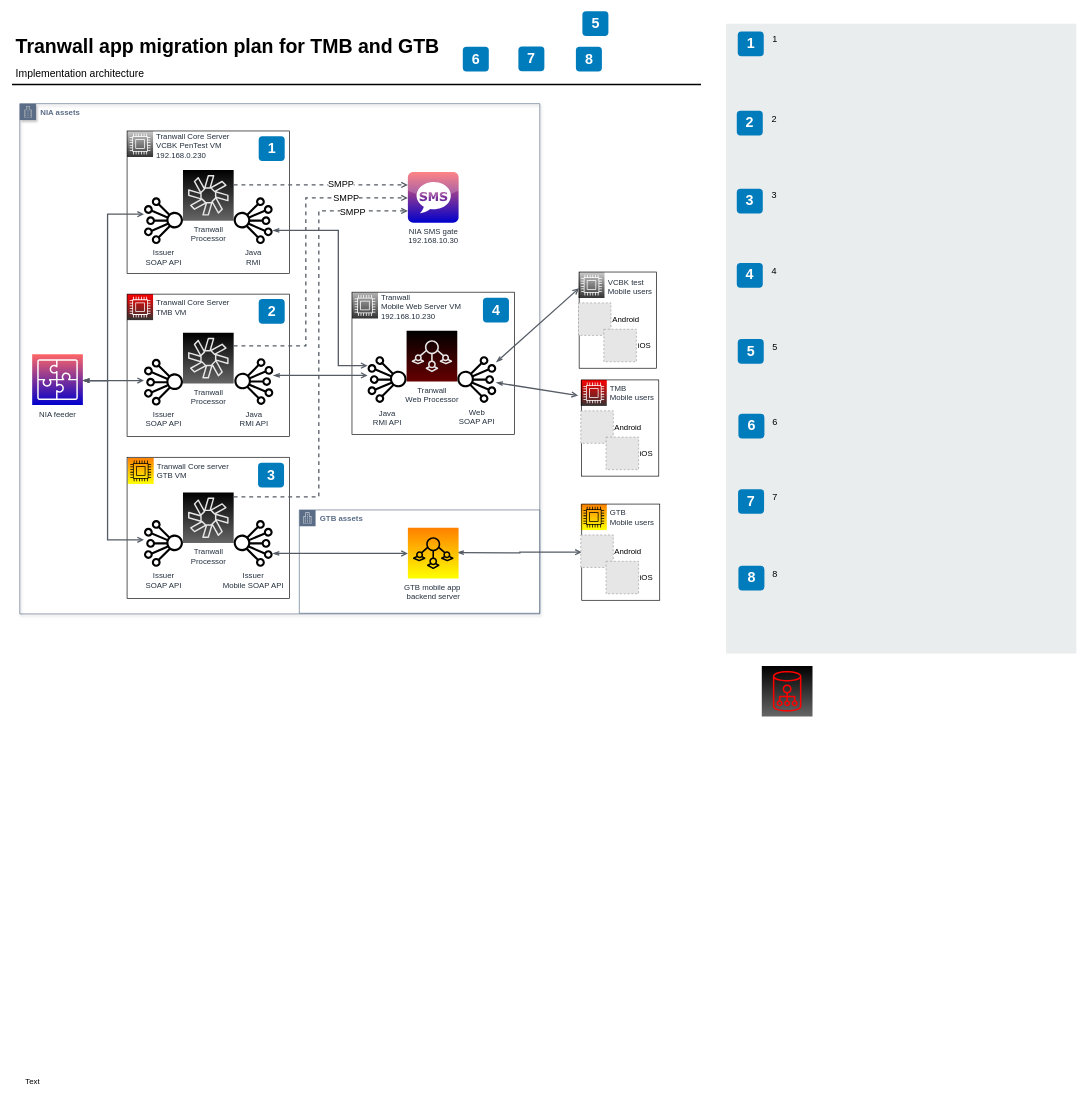
The draw.io diagram Tranwall app migration plan.drawio in 7ak/draw.io, before the edit. Source tidied: cells renumbered, new cells numbered last; positions are measured from the earlier drawing's top-left corner, leaving out a move shared by most shapes. Both pictures are drawn from the tidied source at 65%, with x=0, y=0 at pixel (12, 11). Pictures stored in the file or linked from it are replaced by grey dashed boxes.
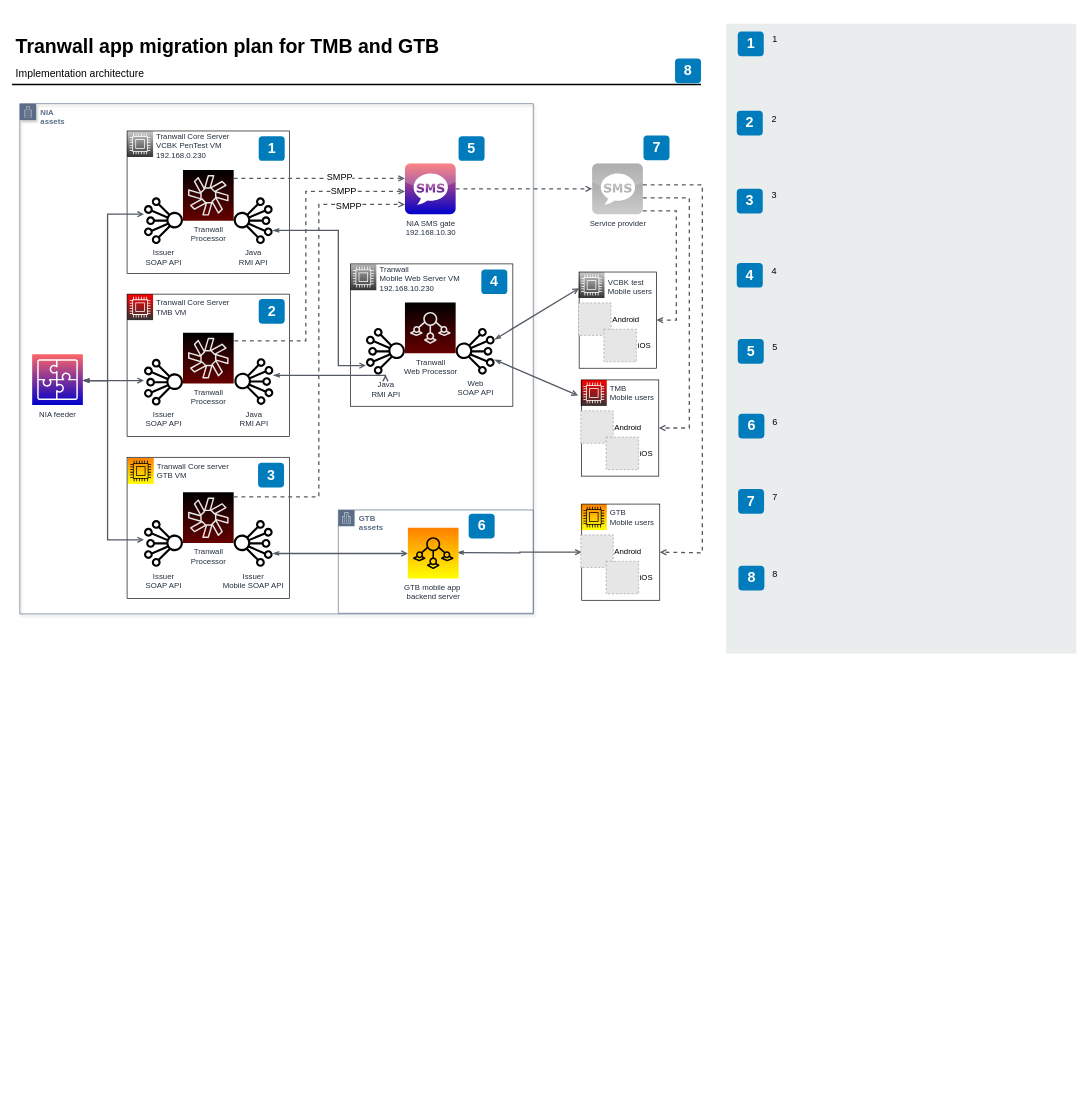
The same page after the edit.

Unchanged cells that the change refers to:
```xml
<mxCell id="71" style="whiteSpace=wrap;html=1;dashed=0;fontColor=#AAB7B8;fontStyle=0;align=left;verticalAlign=top;strokeColor=#000000;fillColor=none;gradientColor=none;spacingLeft=30;" parent="69" vertex="1">
  <mxGeometry x="1" width="119" height="148" as="geometry" />
</mxCell>
<mxCell id="78" style="whiteSpace=wrap;html=1;dashed=0;fontColor=#AAB7B8;fontStyle=0;align=left;verticalAlign=top;strokeColor=#000000;fillColor=none;gradientColor=none;spacingLeft=30;" parent="76" vertex="1">
  <mxGeometry x="1" width="119" height="148" as="geometry" />
</mxCell>
<mxCell id="86" style="whiteSpace=wrap;html=1;dashed=0;fontColor=#AAB7B8;fontStyle=0;align=left;verticalAlign=top;strokeColor=#000000;fillColor=none;gradientColor=none;spacingLeft=30;" parent="84" vertex="1">
  <mxGeometry x="1.5" width="120" height="148" as="geometry" />
</mxCell>
```

Change to the diagram source:
```diff
@@
+    <mxCell id="7" value="NIA &lt;br&gt;assets" style="gradientColor=#ffffff;html=1;whiteSpace=wrap;fontSize=12;fontStyle=1;shape=mxgraph.aws4.group;grIcon=mxgraph.aws4.group_corporate_data_center;strokeColor=#5A6C86;fillColor=none;verticalAlign=top;align=left;spacingLeft=30;fontColor=#5A6C86;dashed=0;shadow=1;" parent="1" vertex="1">
+      <mxGeometry x="12" y="142" width="790" height="785" as="geometry" />
+    </mxCell>
@@
     <mxCell id="5" value="&lt;span style=&quot;text-align: left&quot;&gt;Tranwall &lt;br&gt;Mobile Web Server&amp;nbsp;&lt;/span&gt;&lt;span style=&quot;text-align: left&quot;&gt;VM&lt;br&gt;192.168.10.230&lt;br&gt;&lt;/span&gt;" style="fontColor=#232F3E;gradientColor=#B3B3B3;gradientDirection=north;fillColor=#333333;strokeColor=#ffffff;dashed=0;verticalLabelPosition=middle;verticalAlign=middle;align=left;html=1;fontSize=12;fontStyle=0;shape=mxgraph.aws4.resourceIcon;resIcon=mxgraph.aws4.compute;labelPosition=right;spacing=5;spacingBottom=-5;" parent="1" vertex="1">
-      <mxGeometry x="523" y="432.5" width="40" height="40" as="geometry" />
+      <mxGeometry x="520.5" y="389" width="40" height="40" as="geometry" />
     </mxCell>
@@
-    <mxCell id="7" value="NIA assets" style="gradientColor=#ffffff;html=1;whiteSpace=wrap;fontSize=12;fontStyle=1;shape=mxgraph.aws4.group;grIcon=mxgraph.aws4.group_corporate_data_center;strokeColor=#5A6C86;fillColor=none;verticalAlign=top;align=left;spacingLeft=30;fontColor=#5A6C86;dashed=0;shadow=1;" parent="1" vertex="1">
-      <mxGeometry x="12" y="142" width="800" height="785" as="geometry" />
-    </mxCell>
-    <mxCell id="8" value="&lt;b&gt;GTB assets&lt;/b&gt;" style="gradientColor=#ffffff;html=1;whiteSpace=wrap;fontSize=12;fontStyle=0;shape=mxgraph.aws4.group;grIcon=mxgraph.aws4.group_corporate_data_center;strokeColor=#5A6C86;fillColor=none;verticalAlign=top;align=left;spacingLeft=30;fontColor=#5A6C86;dashed=0;shadow=0;" parent="1" vertex="1">
-      <mxGeometry x="442" y="767" width="370" height="159" as="geometry" />
+    <mxCell id="8" value="&lt;b&gt;GTB &lt;br&gt;assets&lt;/b&gt;" style="gradientColor=#ffffff;html=1;whiteSpace=wrap;fontSize=12;fontStyle=0;shape=mxgraph.aws4.group;grIcon=mxgraph.aws4.group_corporate_data_center;strokeColor=#5A6C86;fillColor=none;verticalAlign=top;align=left;spacingLeft=30;fontColor=#5A6C86;dashed=0;shadow=0;" parent="1" vertex="1">
+      <mxGeometry x="502" y="767" width="300" height="159" as="geometry" />
     </mxCell>
     <mxCell id="9" style="whiteSpace=wrap;html=1;dashed=0;fontColor=#AAB7B8;fontStyle=0;align=left;verticalAlign=top;strokeColor=#000000;fillColor=none;gradientColor=none;spacingLeft=30;" parent="1" vertex="1">
-      <mxGeometry x="523" y="432" width="250" height="219" as="geometry" />
+      <mxGeometry x="520.5" y="388.5" width="250" height="219" as="geometry" />
     </mxCell>
@@
     <mxCell id="36" value="Tranwall&lt;br&gt;Web Processor" style="fontColor=#232F3E;gradientColor=#000000;gradientDirection=north;fillColor=#660000;strokeColor=#E6E6E6;dashed=0;verticalLabelPosition=bottom;verticalAlign=top;align=center;html=1;fontSize=12;fontStyle=0;shape=mxgraph.aws4.resourceIcon;resIcon=mxgraph.aws4.iot_sitewise;shadow=0;spacing=2;" parent="1" vertex="1">
-      <mxGeometry x="607" y="491.5" width="78" height="78" as="geometry" />
+      <mxGeometry x="604.5" y="448" width="78" height="78" as="geometry" />
     </mxCell>
@@
     <mxCell id="39" value="4" style="rounded=1;whiteSpace=wrap;html=1;fillColor=#007CBD;strokeColor=none;fontColor=#FFFFFF;fontStyle=1;fontSize=22;" parent="1" vertex="1">
-      <mxGeometry x="724.5" y="440.5" width="40" height="38" as="geometry" />
+      <mxGeometry x="722" y="397" width="40" height="38" as="geometry" />
     </mxCell>
     <mxCell id="40" value="5" style="rounded=1;whiteSpace=wrap;html=1;fillColor=#007CBD;strokeColor=none;fontColor=#FFFFFF;fontStyle=1;fontSize=22;" parent="1" vertex="1">
-      <mxGeometry x="877.5" width="40" height="38" as="geometry" />
+      <mxGeometry x="687" y="192" width="40" height="38" as="geometry" />
     </mxCell>
     <mxCell id="41" value="6" style="rounded=1;whiteSpace=wrap;html=1;fillColor=#007CBD;strokeColor=none;fontColor=#FFFFFF;fontStyle=1;fontSize=22;" parent="1" vertex="1">
-      <mxGeometry x="693.5" y="54.5" width="40" height="38" as="geometry" />
+      <mxGeometry x="702.5" y="773" width="40" height="38" as="geometry" />
     </mxCell>
     <mxCell id="42" value="7" style="rounded=1;whiteSpace=wrap;html=1;fillColor=#007CBD;strokeColor=none;fontColor=#FFFFFF;fontStyle=1;fontSize=22;" parent="1" vertex="1">
-      <mxGeometry x="779" y="54" width="40" height="38" as="geometry" />
+      <mxGeometry x="971.5" y="191" width="40" height="38" as="geometry" />
     </mxCell>
     <mxCell id="43" value="8" style="rounded=1;whiteSpace=wrap;html=1;fillColor=#007CBD;strokeColor=none;fontColor=#FFFFFF;fontStyle=1;fontSize=22;" parent="1" vertex="1">
-      <mxGeometry x="867.5" y="54.5" width="40" height="38" as="geometry" />
+      <mxGeometry x="1020" y="72.5" width="40" height="38" as="geometry" />
     </mxCell>
@@
-    <mxCell id="46" value="Tranwall &lt;br&gt;Processor" style="outlineConnect=0;fontColor=#232F3E;gradientColor=#000000;gradientDirection=north;fillColor=#666666;strokeColor=#E6E6E6;dashed=0;verticalLabelPosition=bottom;verticalAlign=top;align=center;html=1;fontSize=12;fontStyle=0;shape=mxgraph.aws4.resourceIcon;resIcon=mxgraph.aws4.chime;shadow=0;" parent="1" vertex="1">
+    <mxCell id="46" value="Tranwall &lt;br&gt;Processor" style="outlineConnect=0;fontColor=#232F3E;gradientColor=#000000;gradientDirection=north;fillColor=#660000;strokeColor=#E6E6E6;dashed=0;verticalLabelPosition=bottom;verticalAlign=top;align=center;html=1;fontSize=12;fontStyle=0;shape=mxgraph.aws4.resourceIcon;resIcon=mxgraph.aws4.chime;shadow=0;" parent="1" vertex="1">
       <mxGeometry x="263" y="740" width="78" height="78" as="geometry" />
     </mxCell>
@@
-    <mxCell id="48" value="Tranwall &lt;br&gt;Processor" style="outlineConnect=0;fontColor=#232F3E;gradientColor=#000000;gradientDirection=north;fillColor=#666666;strokeColor=#E6E6E6;dashed=0;verticalLabelPosition=bottom;verticalAlign=top;align=center;html=1;fontSize=12;fontStyle=0;shape=mxgraph.aws4.resourceIcon;resIcon=mxgraph.aws4.chime;shadow=0;" parent="1" vertex="1">
+    <mxCell id="48" value="Tranwall &lt;br&gt;Processor" style="outlineConnect=0;fontColor=#232F3E;gradientColor=#000000;gradientDirection=north;fillColor=#660000;strokeColor=#E6E6E6;dashed=0;verticalLabelPosition=bottom;verticalAlign=top;align=center;html=1;fontSize=12;fontStyle=0;shape=mxgraph.aws4.resourceIcon;resIcon=mxgraph.aws4.chime;shadow=0;" parent="1" vertex="1">
       <mxGeometry x="263" y="244" width="78" height="78" as="geometry" />
     </mxCell>
-    <mxCell id="49" value="Java&lt;br&gt;RMI" style="outlineConnect=0;fontColor=#232F3E;gradientColor=none;fillColor=#000000;strokeColor=none;dashed=0;verticalLabelPosition=bottom;verticalAlign=top;align=center;html=1;fontSize=12;fontStyle=0;shape=mxgraph.aws4.iot_analytics_channel;flipV=0;flipH=1;" parent="1" vertex="1">
+    <mxCell id="49" value="Java&lt;br&gt;RMI API" style="outlineConnect=0;fontColor=#232F3E;gradientColor=none;fillColor=#000000;strokeColor=none;dashed=0;verticalLabelPosition=bottom;verticalAlign=top;align=center;html=1;fontSize=12;fontStyle=0;shape=mxgraph.aws4.iot_analytics_channel;flipV=0;flipH=1;" parent="1" vertex="1">
       <mxGeometry x="341" y="286" width="60" height="72" as="geometry" />
     </mxCell>
@@
-    <mxCell id="53" value="Tranwall &lt;br&gt;Processor" style="fontColor=#232F3E;gradientColor=#000000;gradientDirection=north;fillColor=#666666;strokeColor=#E6E6E6;dashed=0;verticalLabelPosition=bottom;verticalAlign=top;align=center;html=1;fontSize=12;fontStyle=0;shape=mxgraph.aws4.resourceIcon;resIcon=mxgraph.aws4.chime;shadow=0;" parent="1" vertex="1">
+    <mxCell id="53" value="Tranwall &lt;br&gt;Processor" style="fontColor=#232F3E;gradientColor=#000000;gradientDirection=north;fillColor=#660000;strokeColor=#E6E6E6;dashed=0;verticalLabelPosition=bottom;verticalAlign=top;align=center;html=1;fontSize=12;fontStyle=0;shape=mxgraph.aws4.resourceIcon;resIcon=mxgraph.aws4.chime;shadow=0;" parent="1" vertex="1">
       <mxGeometry x="263" y="494.5" width="78" height="78" as="geometry" />
     </mxCell>
@@
     <mxCell id="55" value="Java&lt;br&gt;RMI API" style="outlineConnect=0;fontColor=#232F3E;gradientColor=none;fillColor=#000000;strokeColor=none;dashed=0;verticalLabelPosition=bottom;verticalAlign=top;align=center;html=1;fontSize=12;fontStyle=0;shape=mxgraph.aws4.iot_analytics_channel;spacing=4;" parent="1" vertex="1">
-      <mxGeometry x="547" y="530.5" width="60" height="72" as="geometry" />
+      <mxGeometry x="544.5" y="487" width="60" height="72" as="geometry" />
     </mxCell>
     <mxCell id="56" value="Web&lt;br&gt;SOAP API" style="outlineConnect=0;fontColor=#232F3E;gradientColor=none;fillColor=#000000;strokeColor=none;dashed=0;verticalLabelPosition=bottom;verticalAlign=top;align=center;html=1;fontSize=12;fontStyle=0;shape=mxgraph.aws4.iot_analytics_channel;flipV=0;flipH=1;" parent="1" vertex="1">
-      <mxGeometry x="685" y="530.5" width="60" height="72" as="geometry" />
+      <mxGeometry x="682.5" y="487" width="60" height="72" as="geometry" />
     </mxCell>
@@
     <mxCell id="60" value="NIA SMS gate&lt;br&gt;192.168.10.30" style="dashed=0;outlineConnect=0;html=1;align=center;labelPosition=center;verticalLabelPosition=bottom;verticalAlign=top;shape=mxgraph.webicons.sms;fillColor=#0000CC;gradientColor=#FF6666;strokeColor=#ffffff;fontColor=#232F3E;fontStyle=0;gradientDirection=north;" parent="1" vertex="1">
-      <mxGeometry x="609" y="247" width="78" height="78" as="geometry" />
+      <mxGeometry x="604.5" y="234" width="78" height="78" as="geometry" />
     </mxCell>
     <mxCell id="61" style="edgeStyle=orthogonalEdgeStyle;rounded=0;jettySize=auto;html=1;strokeColor=#545B64;strokeWidth=2;endFill=0;endArrow=open;startArrow=none;startFill=0;dashed=1;" parent="1" edge="1" source="48" target="60">
       <mxGeometry relative="1" as="geometry">
         <Array as="points">
-          <mxPoint x="472" y="267" />
-          <mxPoint x="472" y="267" />
+          <mxPoint x="472" y="257" />
+          <mxPoint x="472" y="257" />
         </Array>
       </mxGeometry>
     </mxCell>
@@
     <mxCell id="63" style="edgeStyle=orthogonalEdgeStyle;rounded=0;jettySize=auto;html=1;strokeColor=#545B64;strokeWidth=2;endFill=0;endArrow=open;startArrow=none;startFill=0;dashed=1;" parent="1" edge="1" target="60">
       <mxGeometry relative="1" as="geometry">
-        <mxPoint x="341" y="514.7" as="sourcePoint" />
+        <mxPoint x="342" y="507" as="sourcePoint" />
         <Array as="points">
-          <mxPoint x="452" y="515" />
-          <mxPoint x="452" y="287" />
+          <mxPoint x="342" y="507" />
+          <mxPoint x="452" y="507" />
+          <mxPoint x="452" y="277" />
         </Array>
       </mxGeometry>
     </mxCell>
@@
     <mxCell id="65" style="edgeStyle=orthogonalEdgeStyle;rounded=0;jettySize=auto;html=1;strokeColor=#545B64;strokeWidth=2;endFill=0;endArrow=open;startArrow=none;startFill=0;dashed=1;" parent="1" edge="1" source="46" target="60">
       <mxGeometry relative="1" as="geometry">
         <Array as="points">
           <mxPoint x="472" y="747" />
-          <mxPoint x="472" y="307" />
+          <mxPoint x="472" y="297" />
         </Array>
       </mxGeometry>
     </mxCell>
@@
-    <mxCell id="68" style="fontColor=#232F3E;gradientColor=#000000;gradientDirection=north;fillColor=#666666;strokeColor=#FF0000;dashed=0;verticalLabelPosition=bottom;verticalAlign=top;align=center;html=1;fontSize=12;fontStyle=0;shape=mxgraph.aws4.resourceIcon;resIcon=mxgraph.aws4.cloud_directory;shadow=0;" parent="1" vertex="1">
-      <mxGeometry x="1153.5" y="1007" width="78" height="78" as="geometry" />
-    </mxCell>
@@
-    <mxCell id="74" value="Text" style="text;html=1;strokeColor=none;fillColor=none;align=center;verticalAlign=middle;whiteSpace=wrap;rounded=0;shadow=0;" parent="1" vertex="1">
-      <mxGeometry x="12" y="1637" width="40" height="20" as="geometry" />
-    </mxCell>
@@
+    <mxCell id="89" style="rounded=0;jettySize=auto;html=1;strokeColor=#545B64;strokeWidth=2;endFill=0;endArrow=open;startArrow=none;startFill=0;dashed=1;" parent="1" edge="1" source="60" target="90">
+      <mxGeometry relative="1" as="geometry" />
+    </mxCell>
+    <mxCell id="90" value="Service provider" style="dashed=0;outlineConnect=0;html=1;align=center;labelPosition=center;verticalLabelPosition=bottom;verticalAlign=top;shape=mxgraph.webicons.sms;fillColor=#CCCCCC;gradientColor=#999999;strokeColor=#ffffff;fontColor=#232F3E;fontStyle=0;gradientDirection=north;" parent="1" vertex="1">
+      <mxGeometry x="892.5" y="234" width="78" height="78" as="geometry" />
+    </mxCell>
+    <mxCell id="91" style="rounded=0;jettySize=auto;html=1;strokeColor=#545B64;strokeWidth=2;endFill=0;endArrow=open;startArrow=none;startFill=0;dashed=1;entryX=1;entryY=0.5;entryDx=0;entryDy=0;edgeStyle=orthogonalEdgeStyle;" parent="1" edge="1" source="90" target="71">
+      <mxGeometry relative="1" as="geometry">
+        <Array as="points">
+          <mxPoint x="1022" y="307" />
+          <mxPoint x="1022" y="475" />
+        </Array>
+      </mxGeometry>
+    </mxCell>
+    <mxCell id="92" style="rounded=0;jettySize=auto;html=1;strokeColor=#545B64;strokeWidth=2;endFill=0;endArrow=open;startArrow=none;startFill=0;dashed=1;entryX=1;entryY=0.5;entryDx=0;entryDy=0;edgeStyle=orthogonalEdgeStyle;" parent="1" edge="1" source="90" target="78">
+      <mxGeometry relative="1" as="geometry">
+        <Array as="points">
+          <mxPoint x="1042" y="287" />
+          <mxPoint x="1042" y="641" />
+        </Array>
+      </mxGeometry>
+    </mxCell>
+    <mxCell id="93" style="rounded=0;jettySize=auto;html=1;strokeColor=#545B64;strokeWidth=2;endFill=0;endArrow=open;startArrow=none;startFill=0;dashed=1;entryX=1;entryY=0.5;entryDx=0;entryDy=0;edgeStyle=orthogonalEdgeStyle;" parent="1" edge="1" source="90" target="86">
+      <mxGeometry relative="1" as="geometry">
+        <Array as="points">
+          <mxPoint x="1062" y="267" />
+          <mxPoint x="1062" y="833" />
+        </Array>
+      </mxGeometry>
+    </mxCell>
```
